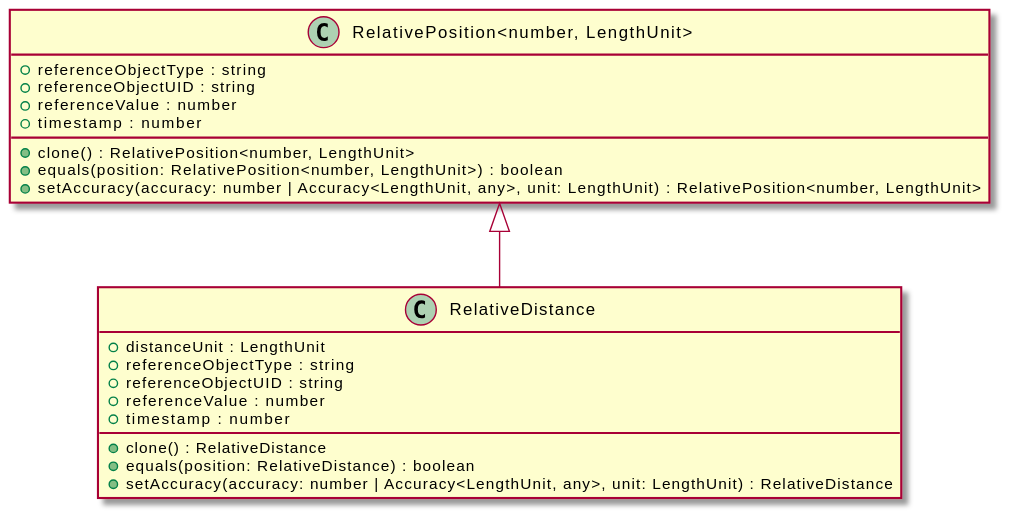
The PlantUML diagram assets/RelativeDistance-umlClassDiagram-3752.svg in OpenHPS/openhps-core, before a commit.
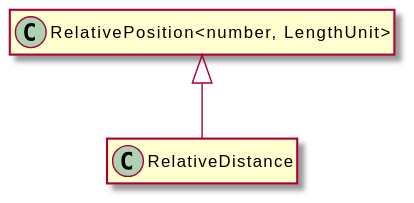
Above is the later version.

What changed in the source:
```diff
@@ -3,23 +3,8 @@
 hide empty methods
 hide empty fields
 class "RelativeDistance" {
-    +distanceUnit : LengthUnit
-    +referenceObjectType : string
-    +referenceObjectUID : string
-    +referenceValue : number
-    +timestamp : number
-    +clone() : RelativeDistance
-    +equals(position: RelativeDistance) : boolean
-    +setAccuracy(accuracy: number | Accuracy<LengthUnit, any>, unit: LengthUnit) : RelativeDistance
 }
 class "RelativePosition<number, LengthUnit>" {
-    +referenceObjectType : string
-    +referenceObjectUID : string
-    +referenceValue : number
-    +timestamp : number
-    +clone() : RelativePosition<number, LengthUnit>
-    +equals(position: RelativePosition<number, LengthUnit>) : boolean
-    +setAccuracy(accuracy: number | Accuracy<LengthUnit, any>, unit: LengthUnit) : RelativePosition<number, LengthUnit>
 }
 "RelativePosition<number, LengthUnit>" <|-- "RelativeDistance"
 @enduml
```
